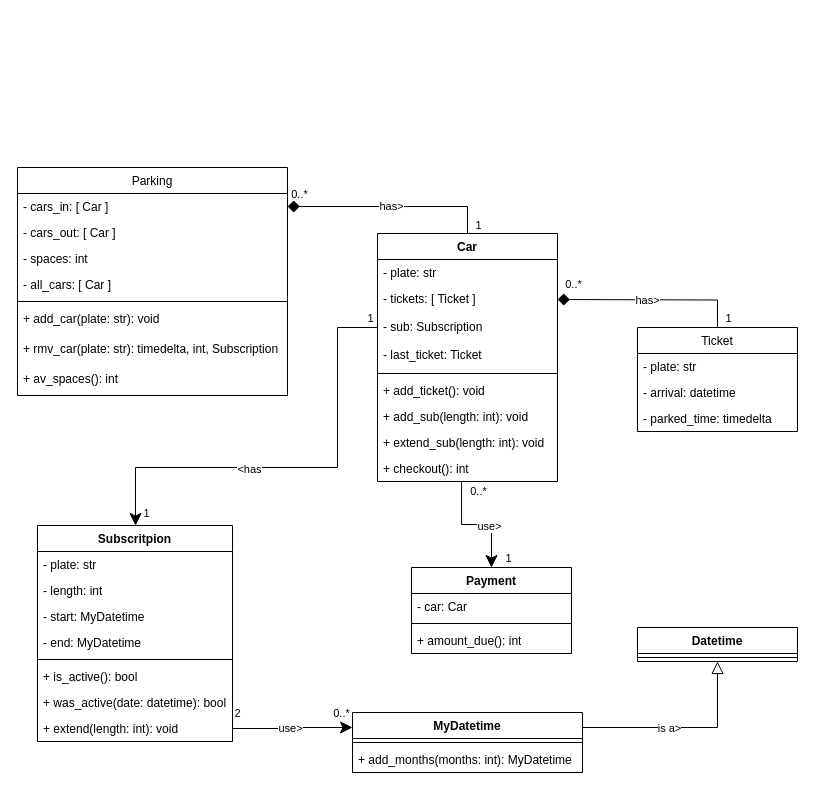
Earlier version of the draw.io diagram uml.drawio (toruke/2tm1_ParkEase). Source tidied: cells renumbered, new cells numbered last; positions are measured from the earlier drawing's top-left corner, leaving out a move shared by most shapes. Both pictures are drawn from the tidied source at 100%, with x=0, y=0 at pixel (17, 167).
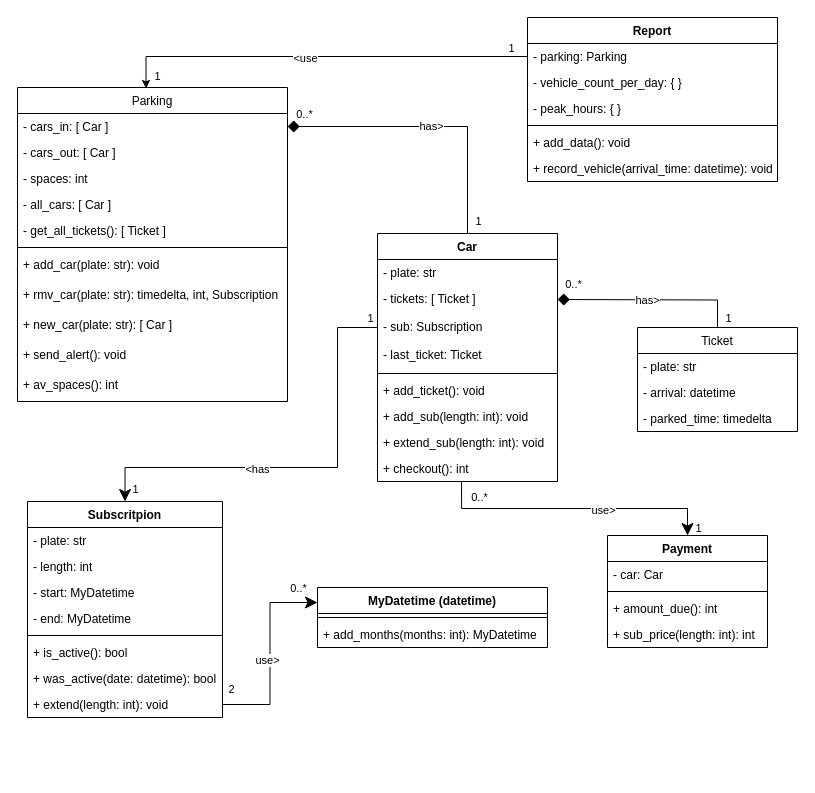
After the change.

Commit message:
Mettre à jour uml.drawio

Unchanged cells that the change refers to:
```xml
<mxCell id="21" value="- sub: Subscription" style="text;strokeColor=none;fillColor=none;align=left;verticalAlign=top;spacingLeft=4;spacingRight=4;overflow=hidden;points=[[0,0.5],[1,0.5]];portConstraint=eastwest;whiteSpace=wrap;html=1;" parent="18" vertex="1">
  <mxGeometry y="80" width="180" height="28" as="geometry" />
</mxCell>
<mxCell id="60" style="edgeStyle=orthogonalEdgeStyle;rounded=0;jettySize=auto;html=1;exitX=0.5;exitY=0;exitDx=0;exitDy=0;entryX=0.467;entryY=1.012;entryDx=0;entryDy=0;entryPerimeter=0;endArrow=none;endFill=0;startArrow=classic;startFill=1;startSize=10;" parent="1" edge="1" source="41" target="27">
  <mxGeometry relative="1" as="geometry" />
</mxCell>
```

Change to the diagram source:
```diff
@@
     <mxCell id="2" value="Parking" style="swimlane;fontStyle=0;align=center;verticalAlign=top;horizontal=1;startSize=26;rounded=0;shadow=0;strokeWidth=1;" parent="1" vertex="1">
-      <mxGeometry width="270" height="228" as="geometry" />
+      <mxGeometry y="-80" width="270" height="314" as="geometry" />
     </mxCell>
@@
+    <mxCell id="64" value="- get_all_tickets(): [ Ticket ]" style="text;align=left;verticalAlign=top;spacingLeft=4;spacingRight=4;overflow=hidden;" parent="2" vertex="1">
+      <mxGeometry y="130" width="270" height="26" as="geometry" />
+    </mxCell>
     <mxCell id="7" style="line;html=1;strokeWidth=1;align=left;verticalAlign=middle;spacingTop=-1;spacingLeft=3;spacingRight=3;labelPosition=right;" parent="2" vertex="1">
-      <mxGeometry y="130" width="270" height="8" as="geometry" />
+      <mxGeometry y="156" width="270" height="8" as="geometry" />
     </mxCell>
     <mxCell id="8" value="+ add_car(plate: str): void" style="text;align=left;verticalAlign=top;spacingLeft=4;spacingRight=4;overflow=hidden;" parent="2" vertex="1">
-      <mxGeometry y="138" width="270" height="30" as="geometry" />
+      <mxGeometry y="164" width="270" height="30" as="geometry" />
     </mxCell>
     <mxCell id="9" value="+ rmv_car(plate: str): timedelta, int, Subscription" style="text;align=left;verticalAlign=top;spacingLeft=4;spacingRight=4;overflow=hidden;" parent="2" vertex="1">
-      <mxGeometry y="168" width="270" height="30" as="geometry" />
+      <mxGeometry y="194" width="270" height="30" as="geometry" />
     </mxCell>
+    <mxCell id="65" value="+ new_car(plate: str): [ Car ]" style="text;align=left;verticalAlign=top;spacingLeft=4;spacingRight=4;overflow=hidden;" parent="2" vertex="1">
+      <mxGeometry y="224" width="270" height="30" as="geometry" />
+    </mxCell>
+    <mxCell id="66" value="+ send_alert(): void" style="text;align=left;verticalAlign=top;spacingLeft=4;spacingRight=4;overflow=hidden;" parent="2" vertex="1">
+      <mxGeometry y="254" width="270" height="30" as="geometry" />
+    </mxCell>
     <mxCell id="10" value="+ av_spaces(): int" style="text;align=left;verticalAlign=top;spacingLeft=4;spacingRight=4;overflow=hidden;" parent="2" vertex="1">
-      <mxGeometry y="198" width="270" height="30" as="geometry" />
+      <mxGeometry y="284" width="270" height="30" as="geometry" />
     </mxCell>
@@
     <mxCell id="32" value="Subscritpion" style="swimlane;fontStyle=1;align=center;verticalAlign=top;horizontal=1;startSize=26;whiteSpace=wrap;html=1;" parent="1" vertex="1">
-      <mxGeometry x="20" y="358" width="195" height="216" as="geometry" />
+      <mxGeometry x="10" y="334" width="195" height="216" as="geometry" />
     </mxCell>
@@
     <mxCell id="41" value="Payment" style="swimlane;fontStyle=1;align=center;verticalAlign=top;horizontal=1;startSize=26;whiteSpace=wrap;html=1;" parent="1" vertex="1">
-      <mxGeometry x="394" y="400" width="160" height="86" as="geometry" />
+      <mxGeometry x="590" y="368" width="160" height="112" as="geometry" />
     </mxCell>
@@
-    <mxCell id="45" style="edgeStyle=orthogonalEdgeStyle;rounded=0;jettySize=auto;html=1;exitX=1;exitY=0.25;exitDx=0;exitDy=0;entryX=0.5;entryY=1;entryDx=0;entryDy=0;endArrow=block;endFill=0;endSize=10;" parent="1" edge="1" source="47" target="50">
-      <mxGeometry relative="1" as="geometry" />
-    </mxCell>
-    <mxCell id="46" value="is a&amp;gt;" style="edgeLabel;html=1;align=center;verticalAlign=middle;" parent="45" vertex="1">
-      <mxGeometry x="-0.14" relative="1" as="geometry" />
-    </mxCell>
+    <mxCell id="67" value="+ sub_price(length: int): int" style="text;strokeColor=none;fillColor=none;align=left;verticalAlign=top;spacingLeft=4;spacingRight=4;overflow=hidden;whiteSpace=wrap;html=1;" parent="41" vertex="1">
+      <mxGeometry y="86" width="160" height="26" as="geometry" />
+    </mxCell>
-    <mxCell id="47" value="MyDatetime" style="swimlane;fontStyle=1;align=center;verticalAlign=top;horizontal=1;startSize=26;whiteSpace=wrap;html=1;" parent="1" vertex="1">
-      <mxGeometry x="335" y="545" width="230" height="60" as="geometry" />
+    <mxCell id="47" value="MyDatetime (datetime)" style="swimlane;fontStyle=1;align=center;verticalAlign=top;horizontal=1;startSize=26;whiteSpace=wrap;html=1;" parent="1" vertex="1">
+      <mxGeometry x="300" y="420" width="230" height="60" as="geometry" />
     </mxCell>
@@
-    <mxCell id="50" value="Datetime" style="swimlane;fontStyle=1;align=center;verticalAlign=top;horizontal=1;startSize=26;whiteSpace=wrap;html=1;" parent="1" vertex="1">
-      <mxGeometry x="620" y="460" width="160" height="34" as="geometry" />
-    </mxCell>
-    <mxCell id="51" style="line;strokeWidth=1;fillColor=none;align=left;verticalAlign=middle;spacingTop=-1;spacingLeft=3;spacingRight=3;labelPosition=right;strokeColor=inherit;" parent="50" vertex="1">
-      <mxGeometry y="26" width="160" height="8" as="geometry" />
-    </mxCell>
@@
-    <mxCell id="56" style="edgeStyle=orthogonalEdgeStyle;rounded=0;jettySize=auto;html=1;exitX=0;exitY=0.5;exitDx=0;exitDy=0;endSize=10;" parent="1" edge="1" source="21">
+    <mxCell id="56" style="edgeStyle=orthogonalEdgeStyle;rounded=0;jettySize=auto;html=1;exitX=0;exitY=0.5;exitDx=0;exitDy=0;endSize=10;entryX=0.5;entryY=0;entryDx=0;entryDy=0;" parent="1" edge="1" source="21" target="32">
       <mxGeometry relative="1" as="geometry">
-        <mxPoint x="118" y="358" as="targetPoint" />
         <Array as="points">
           <mxPoint x="320" y="160" />
           <mxPoint x="320" y="300" />
-          <mxPoint x="118" y="300" />
+          <mxPoint x="108" y="300" />
         </Array>
       </mxGeometry>
     </mxCell>
@@
     <mxCell id="62" value="0..*" style="edgeLabel;html=1;align=center;verticalAlign=middle;" parent="60" vertex="1">
       <mxGeometry x="0.64" y="-1" relative="1" as="geometry">
-        <mxPoint x="15" y="-11" as="offset" />
+        <mxPoint x="-7" y="-11" as="offset" />
       </mxGeometry>
     </mxCell>
     <mxCell id="63" value="1" style="edgeLabel;html=1;align=center;verticalAlign=middle;" parent="60" vertex="1">
       <mxGeometry x="-0.72" y="-2" relative="1" as="geometry">
-        <mxPoint x="14" y="6" as="offset" />
+        <mxPoint x="22" y="21" as="offset" />
       </mxGeometry>
     </mxCell>
+    <mxCell id="68" value="Report" style="swimlane;fontStyle=1;align=center;verticalAlign=top;horizontal=1;startSize=26;whiteSpace=wrap;html=1;" parent="1" vertex="1">
+      <mxGeometry x="510" y="-150" width="250" height="164" as="geometry" />
+    </mxCell>
+    <mxCell id="69" value="- parking: Parking" style="text;strokeColor=none;fillColor=none;align=left;verticalAlign=top;spacingLeft=4;spacingRight=4;overflow=hidden;points=[[0,0.5],[1,0.5]];portConstraint=eastwest;whiteSpace=wrap;html=1;" parent="68" vertex="1">
+      <mxGeometry y="26" width="250" height="26" as="geometry" />
+    </mxCell>
+    <mxCell id="70" value="- vehicle_count_per_day: { }" style="text;strokeColor=none;fillColor=none;align=left;verticalAlign=top;spacingLeft=4;spacingRight=4;overflow=hidden;whiteSpace=wrap;html=1;" parent="68" vertex="1">
+      <mxGeometry y="52" width="250" height="26" as="geometry" />
+    </mxCell>
+    <mxCell id="71" value="- peak_hours: { }" style="text;strokeColor=none;fillColor=none;align=left;verticalAlign=top;spacingLeft=4;spacingRight=4;overflow=hidden;whiteSpace=wrap;html=1;" parent="68" vertex="1">
+      <mxGeometry y="78" width="250" height="26" as="geometry" />
+    </mxCell>
+    <mxCell id="72" style="line;strokeWidth=1;fillColor=none;align=left;verticalAlign=middle;spacingTop=-1;spacingLeft=3;spacingRight=3;labelPosition=right;strokeColor=inherit;" parent="68" vertex="1">
+      <mxGeometry y="104" width="250" height="8" as="geometry" />
+    </mxCell>
+    <mxCell id="73" value="+ add_data(): void" style="text;strokeColor=none;fillColor=none;align=left;verticalAlign=top;spacingLeft=4;spacingRight=4;overflow=hidden;whiteSpace=wrap;html=1;" parent="68" vertex="1">
+      <mxGeometry y="112" width="250" height="26" as="geometry" />
+    </mxCell>
+    <mxCell id="74" value="+ record_vehicle(arrival_time: datetime): void" style="text;strokeColor=none;fillColor=none;align=left;verticalAlign=top;spacingLeft=4;spacingRight=4;overflow=hidden;whiteSpace=wrap;html=1;" parent="68" vertex="1">
+      <mxGeometry y="138" width="250" height="26" as="geometry" />
+    </mxCell>
+    <mxCell id="75" style="edgeStyle=orthogonalEdgeStyle;rounded=0;jettySize=auto;html=1;exitX=0;exitY=0.5;exitDx=0;exitDy=0;entryX=0.476;entryY=0.003;entryDx=0;entryDy=0;entryPerimeter=0;startSize=10;" parent="1" edge="1" source="69" target="2">
+      <mxGeometry relative="1" as="geometry" />
+    </mxCell>
+    <mxCell id="76" value="&amp;lt;use" style="edgeLabel;html=1;align=center;verticalAlign=middle;" parent="75" vertex="1">
+      <mxGeometry x="0.08" y="1" relative="1" as="geometry" />
+    </mxCell>
+    <mxCell id="77" value="1" style="edgeLabel;html=1;align=center;verticalAlign=middle;" parent="75" vertex="1">
+      <mxGeometry x="0.94" y="-2" relative="1" as="geometry">
+        <mxPoint x="13" as="offset" />
+      </mxGeometry>
+    </mxCell>
+    <mxCell id="78" value="1" style="edgeLabel;html=1;align=center;verticalAlign=middle;" parent="75" vertex="1">
+      <mxGeometry x="-0.92" y="-3" relative="1" as="geometry">
+        <mxPoint y="-6" as="offset" />
+      </mxGeometry>
+    </mxCell>
```
